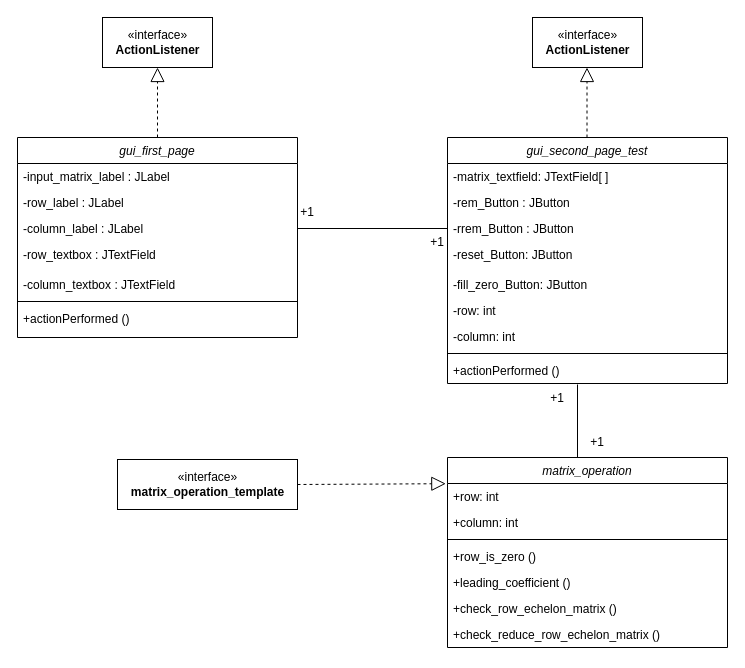
Earlier version of the draw.io diagram final/diagram/matrix_class_diagram.drawio (lsealedl/Row_Echelon_Matrix). Source tidied: cells renumbered, new cells numbered last; positions are measured from the earlier drawing's top-left corner, leaving out a move shared by most shapes. Both pictures are drawn from the tidied source at 100%, with x=0, y=0 at pixel (17, 17).
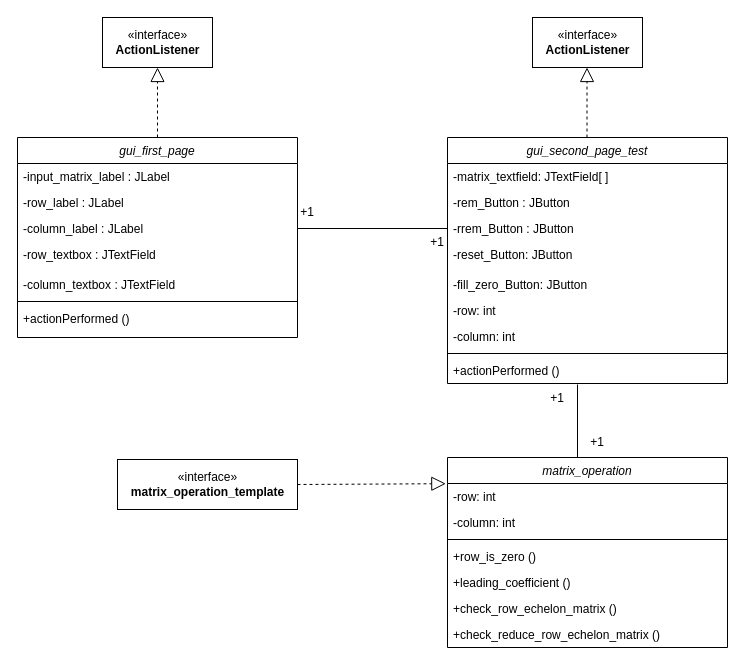
The same page after the edit.

Unchanged cells that the change refers to:
```xml
<mxCell id="28" value="matrix_operation" style="swimlane;fontStyle=2;align=center;verticalAlign=top;horizontal=1;startSize=26;rounded=0;shadow=0;strokeWidth=1;" parent="1" vertex="1">
  <mxGeometry x="430" y="440" width="280" height="190" as="geometry" />
</mxCell>
```

Diff of the diagram source:
```diff
@@
-    <mxCell id="29" value="+row: int" style="text;align=left;verticalAlign=top;spacingLeft=4;spacingRight=4;overflow=hidden;points=[[0,0.5],[1,0.5]];portConstraint=eastwest;rounded=0;shadow=0;html=0;" parent="28" vertex="1">
+    <mxCell id="29" value="-row: int" style="text;align=left;verticalAlign=top;spacingLeft=4;spacingRight=4;overflow=hidden;points=[[0,0.5],[1,0.5]];portConstraint=eastwest;rounded=0;shadow=0;html=0;" parent="28" vertex="1">
       <mxGeometry y="26" width="280" height="26" as="geometry" />
     </mxCell>
-    <mxCell id="30" value="+column: int" style="text;align=left;verticalAlign=top;spacingLeft=4;spacingRight=4;overflow=hidden;rounded=0;shadow=0;html=0;" parent="28" vertex="1">
+    <mxCell id="30" value="-column: int" style="text;align=left;verticalAlign=top;spacingLeft=4;spacingRight=4;overflow=hidden;rounded=0;shadow=0;html=0;" parent="28" vertex="1">
       <mxGeometry y="52" width="280" height="26" as="geometry" />
     </mxCell>
```
